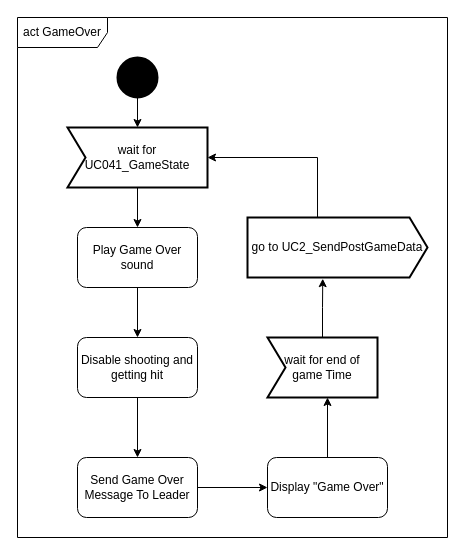
toob01/LaserGameHU keeps this draw.io diagram as diagrammen/Activity diagrams/AD_player_UC05_GameOver.drawio. Above is the earlier version. Source tidied: cells renumbered, new cells numbered last; positions are measured from the earlier drawing's top-left corner, leaving out a move shared by most shapes. Both pictures are drawn from the tidied source at 100%, with x=0, y=0 at pixel (17, 17).
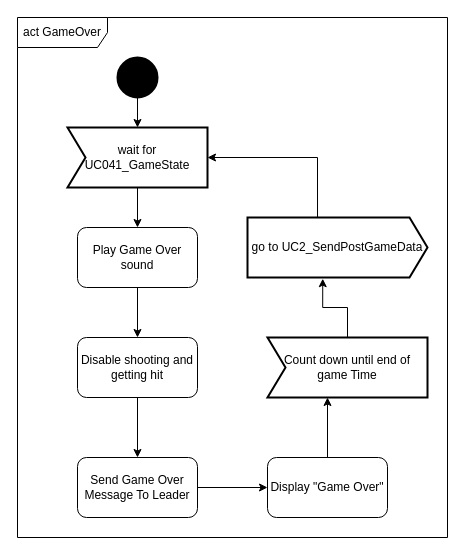
The same diagram, later.

What changed in the source:
```diff
@@
 <mxGraphModel>
   <root>
     <mxCell id="0" />
     <mxCell id="1" parent="0" />
     <mxCell id="2" value="act GameOver" style="shape=umlFrame;whiteSpace=wrap;html=1;width=90;height=30;" parent="1" vertex="1">
       <mxGeometry width="430" height="520" as="geometry" />
     </mxCell>
     <mxCell id="3" style="edgeStyle=orthogonalEdgeStyle;rounded=0;jettySize=auto;html=1;entryX=0.5;entryY=0;entryDx=0;entryDy=0;" parent="1" edge="1" source="4" target="6">
       <mxGeometry relative="1" as="geometry" />
     </mxCell>
     <mxCell id="4" value="Play Game Over sound" style="rounded=1;whiteSpace=wrap;html=1;" parent="1" vertex="1">
       <mxGeometry x="60" y="210" width="120" height="60" as="geometry" />
     </mxCell>
     <mxCell id="5" style="edgeStyle=orthogonalEdgeStyle;rounded=0;jettySize=auto;html=1;entryX=0.5;entryY=0;entryDx=0;entryDy=0;" parent="1" edge="1" source="6" target="8">
       <mxGeometry relative="1" as="geometry" />
     </mxCell>
     <mxCell id="6" value="Disable shooting and getting hit" style="rounded=1;whiteSpace=wrap;html=1;" parent="1" vertex="1">
       <mxGeometry x="60" y="320" width="120" height="60" as="geometry" />
     </mxCell>
     <mxCell id="7" style="edgeStyle=orthogonalEdgeStyle;rounded=0;jettySize=auto;html=1;entryX=0;entryY=0.5;entryDx=0;entryDy=0;" parent="1" edge="1" source="8" target="10">
       <mxGeometry relative="1" as="geometry" />
     </mxCell>
     <mxCell id="8" value="Send Game Over Message To Leader" style="rounded=1;whiteSpace=wrap;html=1;" parent="1" vertex="1">
       <mxGeometry x="60" y="440" width="120" height="60" as="geometry" />
     </mxCell>
     <mxCell id="9" style="edgeStyle=orthogonalEdgeStyle;rounded=0;jettySize=auto;html=1;entryX=0.5;entryY=1;entryDx=0;entryDy=0;" parent="1" edge="1" source="10">
       <mxGeometry relative="1" as="geometry">
         <mxPoint x="310" y="380" as="targetPoint" />
       </mxGeometry>
     </mxCell>
     <mxCell id="10" value="Display &quot;Game Over&quot;" style="rounded=1;whiteSpace=wrap;html=1;" parent="1" vertex="1">
       <mxGeometry x="250" y="440" width="120" height="60" as="geometry" />
     </mxCell>
     <mxCell id="11" style="edgeStyle=orthogonalEdgeStyle;rounded=0;jettySize=auto;html=1;entryX=0.5;entryY=0;entryDx=0;entryDy=0;" parent="1" edge="1" source="12" target="4">
       <mxGeometry relative="1" as="geometry" />
     </mxCell>
     <mxCell id="12" value="wait for UC041_GameState" style="html=1;shape=mxgraph.sysml.accEvent;strokeWidth=2;whiteSpace=wrap;align=center;" parent="1" vertex="1">
       <mxGeometry x="50" y="110" width="140" height="60" as="geometry" />
     </mxCell>
-    <mxCell id="13" value="wait for end of game Time" style="html=1;shape=mxgraph.sysml.accEvent;strokeWidth=2;whiteSpace=wrap;align=center;" parent="1" vertex="1">
-      <mxGeometry x="250" y="320" width="110" height="60" as="geometry" />
+    <mxCell id="13" value="Count down until end of game Time" style="html=1;shape=mxgraph.sysml.accEvent;strokeWidth=2;whiteSpace=wrap;align=center;" parent="1" vertex="1">
+      <mxGeometry x="250" y="320" width="160" height="60" as="geometry" />
     </mxCell>
     <mxCell id="14" value="go to UC2_SendPostGameData" style="html=1;shape=mxgraph.sysml.sendSigAct;strokeWidth=2;whiteSpace=wrap;align=center;" parent="1" vertex="1">
       <mxGeometry x="230" y="200" width="180" height="60" as="geometry" />
     </mxCell>
     <mxCell id="15" style="edgeStyle=orthogonalEdgeStyle;rounded=0;jettySize=auto;html=1;entryX=0.418;entryY=1.02;entryDx=0;entryDy=0;entryPerimeter=0;" parent="1" edge="1" source="13" target="14">
       <mxGeometry relative="1" as="geometry" />
     </mxCell>
     <mxCell id="16" style="edgeStyle=orthogonalEdgeStyle;rounded=0;jettySize=auto;html=1;entryX=1;entryY=0.5;entryDx=0;entryDy=0;entryPerimeter=0;exitX=0.389;exitY=0;exitDx=0;exitDy=0;exitPerimeter=0;" parent="1" edge="1" source="14" target="12">
       <mxGeometry relative="1" as="geometry" />
     </mxCell>
     <mxCell id="17" style="shape=ellipse;html=1;fillColor=strokeColor;strokeWidth=2;verticalLabelPosition=bottom;verticalAlignment=top;perimeter=ellipsePerimeter;" parent="1" vertex="1">
       <mxGeometry x="100" y="40" width="40" height="40" as="geometry" />
     </mxCell>
     <mxCell id="18" style="edgeStyle=orthogonalEdgeStyle;rounded=0;jettySize=auto;html=1;entryX=0.5;entryY=0;entryDx=0;entryDy=0;entryPerimeter=0;" parent="1" edge="1" source="17" target="12">
       <mxGeometry relative="1" as="geometry" />
     </mxCell>
   </root>
 </mxGraphModel>
```
